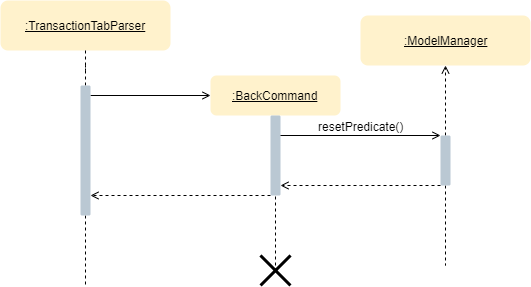
nus-cs2103-AY1920S1/addressbook-level3 keeps this draw.io diagram as docs/images/HomeTabBackCommandSequenceDiagram.png. Above is the earlier version. Source tidied: cells renumbered, new cells last; positions are measured from the earlier drawing's top-left corner, leaving out a move shared by most shapes.
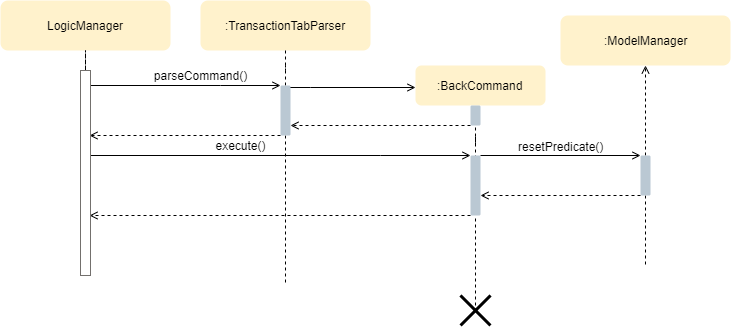
The same diagram one commit later.

The edit, as a diff of the source:
```diff
@@ -2,15 +2,18 @@
   <root>
     <mxCell id="0" />
     <mxCell id="1" parent="0" />
-    <mxCell id="2" style="edgeStyle=orthogonalEdgeStyle;rounded=0;jettySize=auto;html=1;startArrow=open;startFill=0;endArrow=none;endFill=0;" parent="1" edge="1" source="3">
+    <mxCell id="2" style="edgeStyle=orthogonalEdgeStyle;rounded=0;jettySize=auto;html=1;startArrow=open;startFill=0;endArrow=none;endFill=0;entryX=0.76;entryY=0.032;entryDx=0;entryDy=0;entryPerimeter=0;" parent="1" edge="1" source="3" target="7">
       <mxGeometry relative="1" as="geometry">
-        <mxPoint x="90" y="95" as="targetPoint" />
+        <Array as="points">
+          <mxPoint x="110" y="87" />
+          <mxPoint x="110" y="87" />
+        </Array>
       </mxGeometry>
     </mxCell>
-    <mxCell id="3" value="&lt;u&gt;:BackCommand&lt;/u&gt;" style="html=1;fillColor=#fff2cc;strokeColor=none;rounded=1;" parent="1" vertex="1">
-      <mxGeometry x="210" y="75" width="130" height="40" as="geometry" />
+    <mxCell id="3" value=":BackCommand" style="html=1;fillColor=#fff2cc;strokeColor=none;rounded=1;" parent="1" vertex="1">
+      <mxGeometry x="215" y="65" width="130" height="40" as="geometry" />
     </mxCell>
-    <mxCell id="4" value="&lt;u&gt;:TransactionTabParser&lt;/u&gt;" style="html=1;rounded=1;strokeColor=none;fillColor=#fff2cc;" parent="1" vertex="1">
+    <mxCell id="4" value=":TransactionTabParser" style="html=1;rounded=1;strokeColor=none;fillColor=#fff2cc;" parent="1" vertex="1">
       <mxGeometry width="170" height="50" as="geometry" />
     </mxCell>
     <mxCell id="5" style="edgeStyle=orthogonalEdgeStyle;rounded=0;jettySize=auto;html=1;dashed=1;startArrow=none;startFill=0;endArrow=none;endFill=0;" parent="1" edge="1" source="7" target="4">
@@ -21,27 +24,44 @@
         <mxPoint x="85" y="285" as="targetPoint" />
       </mxGeometry>
     </mxCell>
+    <mxCell id="19" style="edgeStyle=orthogonalEdgeStyle;rounded=0;jettySize=auto;html=1;startArrow=open;startFill=0;endArrow=none;endFill=0;targetPerimeterSpacing=-1;" parent="1" edge="1" source="7">
+      <mxGeometry relative="1" as="geometry">
+        <mxPoint x="-110" y="85" as="targetPoint" />
+        <Array as="points">
+          <mxPoint x="20" y="85" />
+          <mxPoint x="20" y="85" />
+        </Array>
+      </mxGeometry>
+    </mxCell>
+    <mxCell id="20" style="edgeStyle=orthogonalEdgeStyle;rounded=0;jettySize=auto;html=1;dashed=1;startArrow=none;startFill=0;endArrow=open;endFill=0;targetPerimeterSpacing=-1;" parent="1" edge="1" source="7" target="21">
+      <mxGeometry relative="1" as="geometry">
+        <Array as="points">
+          <mxPoint x="-50" y="135" />
+          <mxPoint x="-50" y="135" />
+        </Array>
+      </mxGeometry>
+    </mxCell>
     <mxCell id="7" style="html=1;points=[];perimeter=orthogonalPerimeter;rounded=1;strokeColor=none;fillColor=#bac8d3;" parent="1" vertex="1">
-      <mxGeometry x="80" y="85" width="10" height="130" as="geometry" />
+      <mxGeometry x="80" y="85" width="10" height="50" as="geometry" />
     </mxCell>
+    <mxCell id="21" style="html=1;points=[];perimeter=orthogonalPerimeter;rounded=1;strokeColor=none;fillColor=#bac8d3;" parent="1" vertex="1">
+      <mxGeometry x="-120" y="105" width="10" height="50" as="geometry" />
+    </mxCell>
     <mxCell id="8" style="edgeStyle=orthogonalEdgeStyle;rounded=0;jettySize=auto;html=1;dashed=1;startArrow=none;startFill=0;endArrow=open;endFill=0;" parent="1" edge="1" source="9">
       <mxGeometry relative="1" as="geometry">
-        <mxPoint x="90" y="195" as="targetPoint" />
+        <mxPoint x="90" y="125" as="targetPoint" />
         <Array as="points">
-          <mxPoint x="90" y="195" />
+          <mxPoint x="90" y="125" />
         </Array>
       </mxGeometry>
     </mxCell>
-    <mxCell id="9" style="html=1;points=[];perimeter=orthogonalPerimeter;fillColor=#bac8d3;strokeColor=none;rounded=1;" parent="1" vertex="1">
-      <mxGeometry x="270" y="115" width="10" height="80" as="geometry" />
-    </mxCell>
-    <mxCell id="10" style="edgeStyle=orthogonalEdgeStyle;rounded=0;jettySize=auto;html=1;entryX=0.5;entryY=1;entryDx=0;entryDy=0;endArrow=none;endFill=0;dashed=1;exitX=0.493;exitY=0.547;exitDx=0;exitDy=0;exitPerimeter=0;" parent="1" edge="1" source="11" target="9">
+    <mxCell id="10" style="edgeStyle=orthogonalEdgeStyle;rounded=0;jettySize=auto;html=1;entryX=0.5;entryY=1;entryDx=0;entryDy=0;endArrow=none;endFill=0;dashed=1;exitX=0.493;exitY=0.547;exitDx=0;exitDy=0;exitPerimeter=0;" parent="1" edge="1" source="24" target="9">
       <mxGeometry relative="1" as="geometry" />
     </mxCell>
     <mxCell id="11" style="shape=umlDestroy;whiteSpace=wrap;html=1;strokeWidth=3;" parent="1" vertex="1">
-      <mxGeometry x="260" y="255" width="30" height="30" as="geometry" />
+      <mxGeometry x="260" y="295" width="30" height="30" as="geometry" />
     </mxCell>
-    <mxCell id="12" value="&lt;u&gt;:ModelManager&lt;/u&gt;" style="html=1;rounded=1;strokeColor=none;fillColor=#fff2cc;" parent="1" vertex="1">
+    <mxCell id="12" value=":ModelManager" style="html=1;rounded=1;strokeColor=none;fillColor=#fff2cc;" parent="1" vertex="1">
       <mxGeometry x="360" y="15" width="170" height="50" as="geometry" />
     </mxCell>
     <mxCell id="13" style="edgeStyle=orthogonalEdgeStyle;rounded=0;jettySize=auto;html=1;dashed=1;startArrow=none;startFill=0;endArrow=open;endFill=0;" parent="1" edge="1" source="18" target="12">
@@ -49,9 +69,9 @@
     </mxCell>
     <mxCell id="14" style="edgeStyle=orthogonalEdgeStyle;rounded=0;jettySize=auto;html=1;startArrow=open;startFill=0;endArrow=none;endFill=0;" parent="1" edge="1" source="18">
       <mxGeometry relative="1" as="geometry">
-        <mxPoint x="280" y="135" as="targetPoint" />
+        <mxPoint x="280" y="155" as="targetPoint" />
         <Array as="points">
-          <mxPoint x="280" y="135" />
+          <mxPoint x="280" y="155" />
         </Array>
       </mxGeometry>
     </mxCell>
@@ -62,10 +82,9 @@
     </mxCell>
     <mxCell id="16" style="edgeStyle=orthogonalEdgeStyle;rounded=0;jettySize=auto;html=1;startArrow=none;startFill=0;endArrow=open;endFill=0;dashed=1;" parent="1" edge="1" source="18">
       <mxGeometry relative="1" as="geometry">
-        <mxPoint x="280" y="185" as="targetPoint" />
+        <mxPoint x="280" y="195" as="targetPoint" />
         <Array as="points">
-          <mxPoint x="360" y="185" />
-          <mxPoint x="360" y="185" />
+          <mxPoint x="280" y="195" />
         </Array>
       </mxGeometry>
     </mxCell>
@@ -75,7 +94,54 @@
       </mxGeometry>
     </mxCell>
     <mxCell id="18" style="html=1;points=[];perimeter=orthogonalPerimeter;rounded=1;strokeColor=none;fillColor=#bac8d3;" parent="1" vertex="1">
-      <mxGeometry x="440" y="135" width="10" height="50" as="geometry" />
+      <mxGeometry x="440" y="155" width="10" height="40" as="geometry" />
     </mxCell>
+    <mxCell id="22" style="edgeStyle=orthogonalEdgeStyle;rounded=0;jettySize=auto;html=1;endArrow=none;endFill=0;startArrow=open;startFill=0;entryX=0.92;entryY=0.413;entryDx=0;entryDy=0;entryPerimeter=0;" parent="1" edge="1" source="24" target="29">
+      <mxGeometry relative="1" as="geometry">
+        <Array as="points">
+          <mxPoint x="180" y="155" />
+          <mxPoint x="180" y="155" />
+        </Array>
+      </mxGeometry>
+    </mxCell>
+    <mxCell id="23" style="edgeStyle=orthogonalEdgeStyle;rounded=0;jettySize=auto;html=1;startArrow=none;startFill=0;endArrow=open;endFill=0;targetPerimeterSpacing=-1;dashed=1;" parent="1" edge="1" source="24" target="25">
+      <mxGeometry relative="1" as="geometry">
+        <Array as="points">
+          <mxPoint x="180" y="215" />
+          <mxPoint x="180" y="215" />
+        </Array>
+      </mxGeometry>
+    </mxCell>
+    <mxCell id="24" style="html=1;points=[];perimeter=orthogonalPerimeter;fillColor=#bac8d3;strokeColor=none;rounded=1;" parent="1" vertex="1">
+      <mxGeometry x="270" y="155" width="10" height="60" as="geometry" />
+    </mxCell>
+    <mxCell id="25" style="html=1;points=[];perimeter=orthogonalPerimeter;fillColor=#bac8d3;strokeColor=none;rounded=1;" parent="1" vertex="1">
+      <mxGeometry x="-120" y="195" width="10" height="60" as="geometry" />
+    </mxCell>
+    <mxCell id="26" style="edgeStyle=orthogonalEdgeStyle;rounded=0;jettySize=auto;html=1;entryX=0.5;entryY=1;entryDx=0;entryDy=0;endArrow=none;endFill=0;dashed=1;" parent="1" edge="1" target="24">
+      <mxGeometry relative="1" as="geometry">
+        <mxPoint x="275" y="311" as="sourcePoint" />
+      </mxGeometry>
+    </mxCell>
+    <mxCell id="9" style="html=1;points=[];perimeter=orthogonalPerimeter;fillColor=#bac8d3;strokeColor=none;rounded=1;" parent="1" vertex="1">
+      <mxGeometry x="270" y="105" width="10" height="20" as="geometry" />
+    </mxCell>
+    <mxCell id="27" value="LogicManager" style="html=1;rounded=1;strokeColor=none;fillColor=#fff2cc;" parent="1" vertex="1">
+      <mxGeometry x="-200" width="170" height="50" as="geometry" />
+    </mxCell>
+    <mxCell id="28" style="edgeStyle=orthogonalEdgeStyle;rounded=0;jettySize=auto;html=1;dashed=1;startArrow=none;startFill=0;endArrow=none;endFill=0;" parent="1" edge="1" source="29">
+      <mxGeometry relative="1" as="geometry">
+        <mxPoint x="-115" y="50" as="targetPoint" />
+      </mxGeometry>
+    </mxCell>
+    <mxCell id="29" style="html=1;points=[];perimeter=orthogonalPerimeter;strokeColor=#73706D;" parent="1" vertex="1">
+      <mxGeometry x="-120" y="70" width="10" height="205" as="geometry" />
+    </mxCell>
+    <mxCell id="30" value="execute()" style="text;html=1;strokeColor=none;fillColor=none;align=center;verticalAlign=middle;whiteSpace=wrap;rounded=0;" parent="1" vertex="1">
+      <mxGeometry x="20" y="135" width="40" height="20" as="geometry" />
+    </mxCell>
+    <mxCell id="31" value="parseCommand()" style="text;html=1;strokeColor=none;fillColor=none;align=center;verticalAlign=middle;whiteSpace=wrap;rounded=0;" parent="1" vertex="1">
+      <mxGeometry x="-20" y="65" width="40" height="20" as="geometry" />
+    </mxCell>
   </root>
 </mxGraphModel>
```
